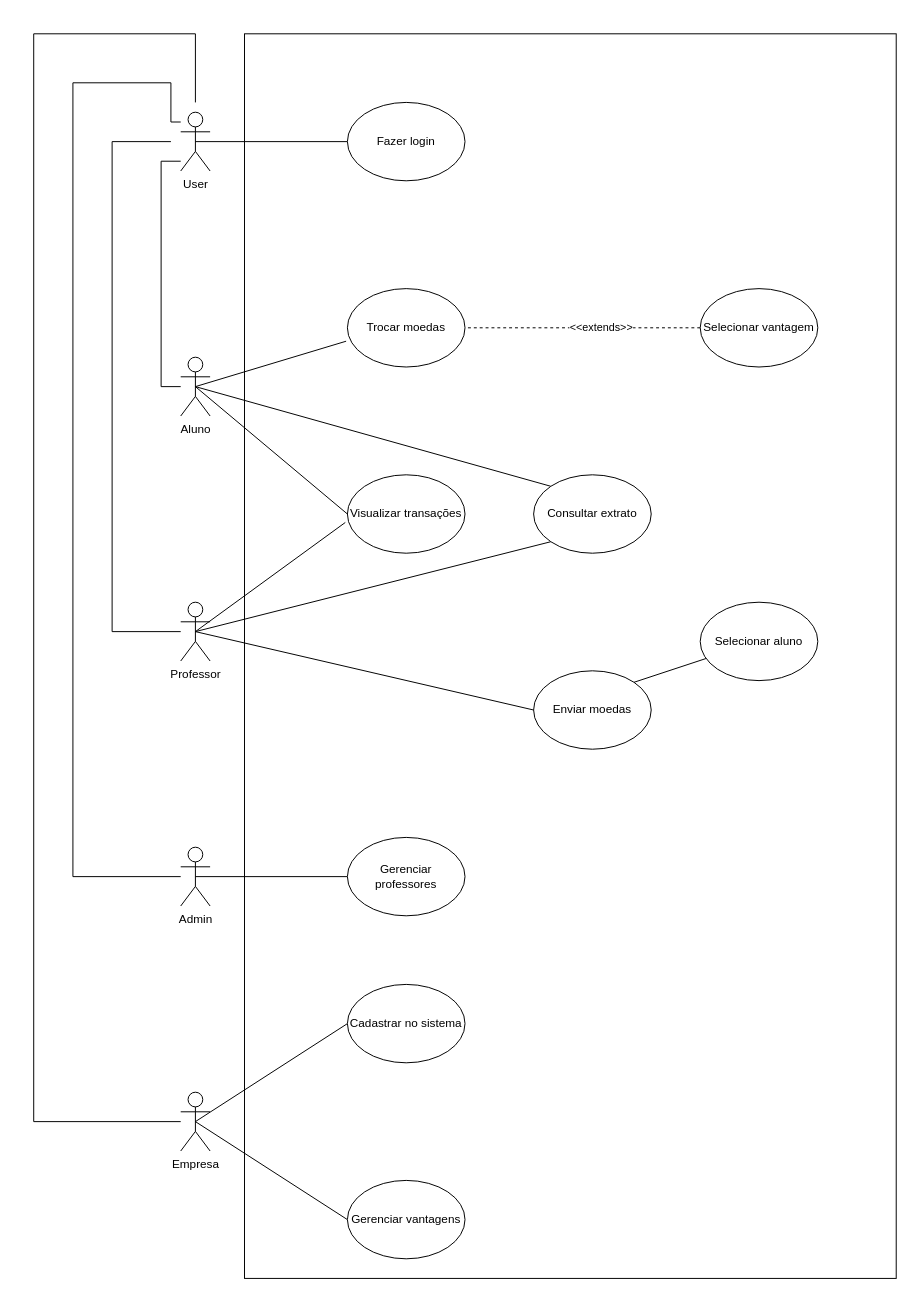
This is projeto/Casos de uso/Diagrama_Caso_de_Uso.drawio from PUCMG-2023-02-LDS-G3/Laboratorio-03, a draw.io file, before an edit. Source tidied: cells renumbered, new cells numbered last; positions are measured from the earlier drawing's top-left corner, leaving out a move shared by most shapes. Both pictures are drawn from the tidied source at 98%, with x=0, y=0 at pixel (33, 33).
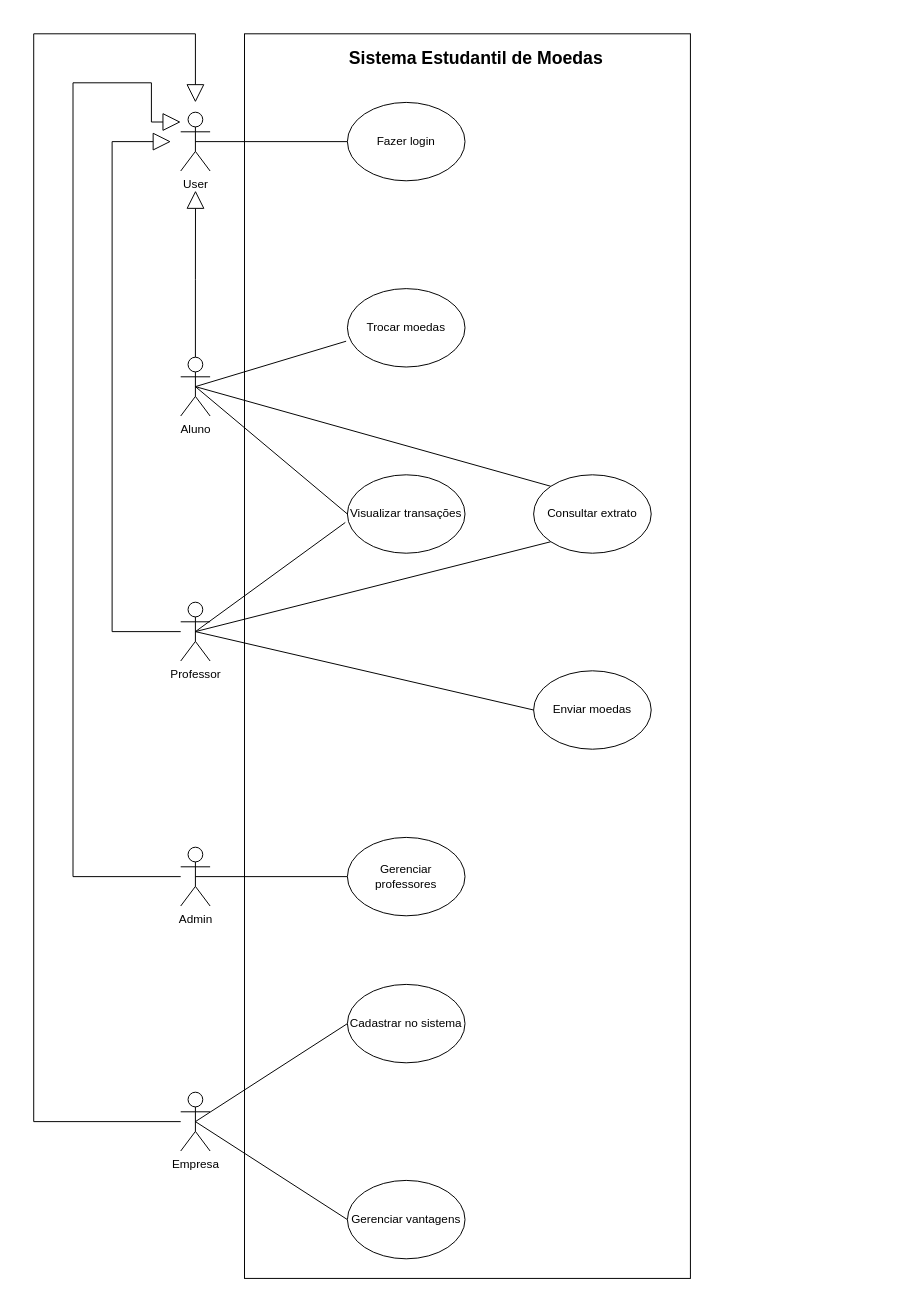
The same diagram, later.

Commit message (it also covers changes not shown here):
Update Casos de Uso

Unchanged cells that the change refers to:
```xml
<mxCell id="2" value="User" style="shape=umlActor;verticalLabelPosition=bottom;verticalAlign=top;html=1;outlineConnect=0;" parent="1" vertex="1">
  <mxGeometry x="149.9" y="80" width="30" height="60" as="geometry" />
</mxCell>
<mxCell id="8" value="Aluno" style="shape=umlActor;verticalLabelPosition=bottom;verticalAlign=top;html=1;outlineConnect=0;" parent="1" vertex="1">
  <mxGeometry x="149.9" y="330" width="30" height="60" as="geometry" />
</mxCell>
<mxCell id="12" value="Professor" style="shape=umlActor;verticalLabelPosition=bottom;verticalAlign=top;html=1;outlineConnect=0;" parent="1" vertex="1">
  <mxGeometry x="149.9" y="580" width="30" height="60" as="geometry" />
</mxCell>
<mxCell id="15" value="Admin" style="shape=umlActor;verticalLabelPosition=bottom;verticalAlign=top;html=1;outlineConnect=0;" parent="1" vertex="1">
  <mxGeometry x="149.9" y="830" width="30" height="60" as="geometry" />
</mxCell>
<mxCell id="19" value="Empresa" style="shape=umlActor;verticalLabelPosition=bottom;verticalAlign=top;html=1;outlineConnect=0;" parent="1" vertex="1">
  <mxGeometry x="149.9" y="1080" width="30" height="60" as="geometry" />
</mxCell>
<mxCell id="23" value="Trocar moedas" style="ellipse;whiteSpace=wrap;html=1;" parent="1" vertex="1">
  <mxGeometry x="320" y="260" width="120" height="80" as="geometry" />
</mxCell>
<mxCell id="29" value="Enviar moedas" style="ellipse;whiteSpace=wrap;html=1;" parent="1" vertex="1">
  <mxGeometry x="510" y="650" width="120" height="80" as="geometry" />
</mxCell>
```

The edit, as a diff of the source:
```diff
@@
+    <mxCell id="34" style="rounded=0;whiteSpace=wrap;html=1;fillColor=none;" parent="1" vertex="1">
+      <mxGeometry x="215" width="455" height="1270" as="geometry" />
+    </mxCell>
@@
-    <mxCell id="7" style="rounded=0;jettySize=auto;html=1;edgeStyle=orthogonalEdgeStyle;endArrow=none;endFill=0;" parent="1" edge="1" source="8" target="2">
-      <mxGeometry relative="1" as="geometry">
-        <Array as="points">
-          <mxPoint x="129.9" y="360" />
-          <mxPoint x="129.9" y="130" />
-        </Array>
-      </mxGeometry>
-    </mxCell>
+    <mxCell id="35" style="edgeStyle=orthogonalEdgeStyle;rounded=0;jettySize=auto;html=1;endArrow=block;endFill=0;endSize=16;" parent="1" edge="1" source="8">
+      <mxGeometry relative="1" as="geometry">
+        <mxPoint x="165" y="160" as="targetPoint" />
+      </mxGeometry>
+    </mxCell>
@@
-    <mxCell id="11" style="edgeStyle=orthogonalEdgeStyle;rounded=0;jettySize=auto;html=1;endArrow=none;endFill=0;" parent="1" edge="1" source="12">
+    <mxCell id="11" style="edgeStyle=orthogonalEdgeStyle;rounded=0;jettySize=auto;html=1;endArrow=block;endFill=0;endSize=16;" parent="1" edge="1" source="12">
       <mxGeometry relative="1" as="geometry">
         <mxPoint x="139.9" y="110" as="targetPoint" />
         <Array as="points">
           <mxPoint x="79.9" y="610" />
           <mxPoint x="79.9" y="110" />
           <mxPoint x="139.9" y="110" />
         </Array>
       </mxGeometry>
     </mxCell>
@@
-    <mxCell id="14" style="edgeStyle=orthogonalEdgeStyle;rounded=0;jettySize=auto;html=1;endArrow=none;endFill=0;" parent="1" edge="1" source="15" target="2">
+    <mxCell id="14" style="edgeStyle=orthogonalEdgeStyle;rounded=0;jettySize=auto;html=1;endArrow=block;endFill=0;endSize=16;" parent="1" edge="1" source="15" target="2">
       <mxGeometry relative="1" as="geometry">
         <Array as="points">
-          <mxPoint x="39.9" y="860" />
-          <mxPoint x="39.9" y="50" />
-          <mxPoint x="139.9" y="50" />
-          <mxPoint x="139.9" y="90" />
+          <mxPoint x="40" y="860" />
+          <mxPoint x="40" y="50" />
+          <mxPoint x="120" y="50" />
+          <mxPoint x="120" y="90" />
         </Array>
       </mxGeometry>
     </mxCell>
@@
-    <mxCell id="18" style="edgeStyle=orthogonalEdgeStyle;rounded=0;jettySize=auto;html=1;endArrow=none;endFill=0;" parent="1" edge="1" source="19">
+    <mxCell id="18" style="edgeStyle=orthogonalEdgeStyle;rounded=0;jettySize=auto;html=1;endArrow=block;endFill=0;endSize=16;" parent="1" edge="1" source="19">
       <mxGeometry relative="1" as="geometry">
         <mxPoint x="164.9" y="70" as="targetPoint" />
         <Array as="points">
           <mxPoint x="-0.1" y="1110" />
           <mxPoint x="-0.1" />
           <mxPoint x="164.9" />
         </Array>
       </mxGeometry>
     </mxCell>
@@
-    <mxCell id="24" style="edgeStyle=orthogonalEdgeStyle;rounded=0;jettySize=auto;html=1;exitX=0;exitY=0.5;exitDx=0;exitDy=0;entryX=1;entryY=0.5;entryDx=0;entryDy=0;dashed=1;endArrow=none;endFill=0;" parent="1" edge="1" source="26" target="23">
-      <mxGeometry relative="1" as="geometry" />
-    </mxCell>
-    <mxCell id="25" value="&amp;lt;&amp;lt;extends&amp;gt;&amp;gt;" style="edgeLabel;html=1;align=center;verticalAlign=middle;" parent="24" vertex="1">
-      <mxGeometry x="-0.15" y="-1" relative="1" as="geometry" />
-    </mxCell>
-    <mxCell id="26" value="Selecionar vantagem" style="ellipse;whiteSpace=wrap;html=1;" parent="1" vertex="1">
-      <mxGeometry x="680" y="260" width="120" height="80" as="geometry" />
-    </mxCell>
@@
-    <mxCell id="30" style="rounded=0;jettySize=auto;html=1;entryX=1;entryY=0;entryDx=0;entryDy=0;endArrow=none;endFill=0;" parent="1" edge="1" source="31" target="29">
-      <mxGeometry relative="1" as="geometry" />
-    </mxCell>
-    <mxCell id="31" value="Selecionar aluno" style="ellipse;whiteSpace=wrap;html=1;" parent="1" vertex="1">
-      <mxGeometry x="680" y="580" width="120" height="80" as="geometry" />
-    </mxCell>
@@
-    <mxCell id="34" style="rounded=0;whiteSpace=wrap;html=1;fillColor=none;" parent="1" vertex="1">
-      <mxGeometry x="215" width="665" height="1270" as="geometry" />
-    </mxCell>
+    <mxCell id="36" value="&lt;font style=&quot;font-size: 18px;&quot;&gt;&lt;b&gt;Sistema Estudantil de Moedas&lt;/b&gt;&lt;/font&gt;" style="text;strokeColor=none;align=right;fillColor=none;html=1;verticalAlign=middle;whiteSpace=wrap;rounded=0;" parent="1" vertex="1">
+      <mxGeometry x="302.5" y="10" width="280" height="30" as="geometry" />
+    </mxCell>
```
